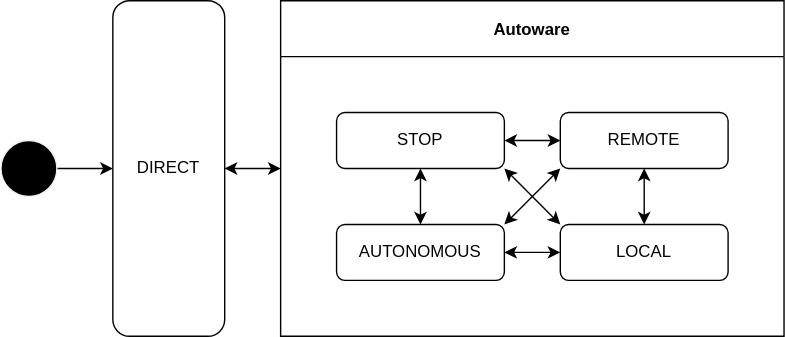
The draw.io diagram pr-7/design/autoware-interfaces/ad-api/features/operation-mode.drawio.svg in tier4/autoware-documentation, before a commit. Source tidied: cells renumbered, new cells last; positions are measured from the earlier drawing's top-left corner, leaving out a move shared by most shapes. Source of this version:
```xml
<mxGraphModel>
  <root>
    <mxCell id="0" />
    <mxCell id="1" parent="0" />
    <mxCell id="2" style="edgeStyle=orthogonalEdgeStyle;rounded=0;jettySize=auto;html=1;" parent="1" edge="1" source="3" target="5">
      <mxGeometry relative="1" as="geometry" />
    </mxCell>
    <mxCell id="3" style="shape=ellipse;html=1;fillColor=#000000;fontSize=18;fontColor=#ffffff;strokeColor=#F0F0F0;" parent="1" vertex="1">
      <mxGeometry y="100" width="40" height="40" as="geometry" />
    </mxCell>
    <mxCell id="4" style="edgeStyle=none;html=1;entryX=0;entryY=0.5;entryDx=0;entryDy=0;startArrow=classic;startFill=1;" parent="1" edge="1" source="5" target="12">
      <mxGeometry relative="1" as="geometry" />
    </mxCell>
    <mxCell id="5" value="DIRECT" style="rounded=1;whiteSpace=wrap;html=1;" parent="1" vertex="1">
      <mxGeometry x="80" width="80" height="240" as="geometry" />
    </mxCell>
    <mxCell id="6" style="edgeStyle=none;html=1;entryX=1;entryY=0;entryDx=0;entryDy=0;startArrow=classic;startFill=1;exitX=0;exitY=1;exitDx=0;exitDy=0;" parent="1" edge="1" source="7" target="14">
      <mxGeometry relative="1" as="geometry" />
    </mxCell>
    <mxCell id="7" value="&lt;span&gt;REMOTE&lt;/span&gt;" style="rounded=1;whiteSpace=wrap;html=1;" parent="1" vertex="1">
      <mxGeometry x="400" y="80" width="120" height="40" as="geometry" />
    </mxCell>
    <mxCell id="8" style="edgeStyle=none;html=1;startArrow=classic;startFill=1;" parent="1" edge="1" source="11" target="7">
      <mxGeometry relative="1" as="geometry" />
    </mxCell>
    <mxCell id="9" style="edgeStyle=none;html=1;startArrow=classic;startFill=1;" parent="1" edge="1" source="11" target="14">
      <mxGeometry relative="1" as="geometry" />
    </mxCell>
    <mxCell id="10" style="edgeStyle=none;html=1;entryX=0;entryY=0;entryDx=0;entryDy=0;startArrow=classic;startFill=1;exitX=1;exitY=1;exitDx=0;exitDy=0;" parent="1" edge="1" source="11" target="15">
      <mxGeometry relative="1" as="geometry" />
    </mxCell>
    <mxCell id="11" value="&lt;span&gt;STOP&lt;/span&gt;" style="rounded=1;whiteSpace=wrap;html=1;" parent="1" vertex="1">
      <mxGeometry x="240" y="80" width="120" height="40" as="geometry" />
    </mxCell>
    <mxCell id="12" value="Autoware" style="swimlane;startSize=40;" parent="1" vertex="1">
      <mxGeometry x="200" width="360" height="240" as="geometry" />
    </mxCell>
    <mxCell id="13" style="edgeStyle=none;html=1;startArrow=classic;startFill=1;" parent="12" edge="1" source="14" target="15">
      <mxGeometry relative="1" as="geometry" />
    </mxCell>
    <mxCell id="14" value="AUTONOMOUS" style="rounded=1;whiteSpace=wrap;html=1;" parent="12" vertex="1">
      <mxGeometry x="40" y="160" width="120" height="40" as="geometry" />
    </mxCell>
    <mxCell id="15" value="&lt;span&gt;LOCAL&lt;/span&gt;" style="rounded=1;whiteSpace=wrap;html=1;" parent="12" vertex="1">
      <mxGeometry x="200" y="160" width="120" height="40" as="geometry" />
    </mxCell>
    <mxCell id="16" style="edgeStyle=none;html=1;entryX=0.5;entryY=1;entryDx=0;entryDy=0;startArrow=classic;startFill=1;" parent="1" edge="1" source="15" target="7">
      <mxGeometry relative="1" as="geometry" />
    </mxCell>
  </root>
</mxGraphModel>
```
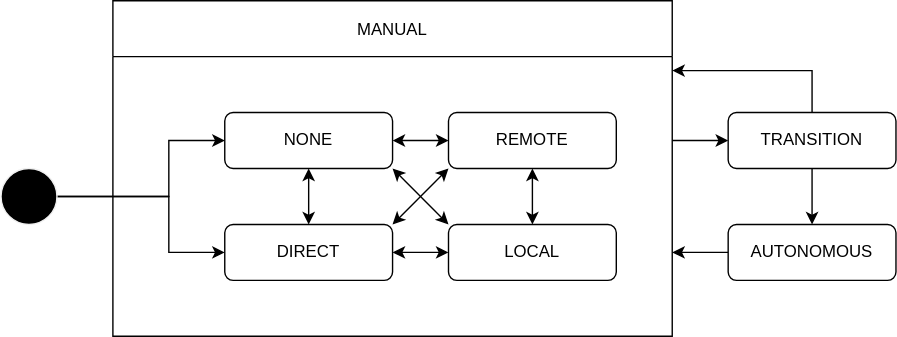
After the change.

The edit, as a diff of the source:
```diff
@@ -2,50 +2,92 @@
   <root>
     <mxCell id="0" />
     <mxCell id="1" parent="0" />
-    <mxCell id="2" style="edgeStyle=orthogonalEdgeStyle;rounded=0;jettySize=auto;html=1;" parent="1" edge="1" source="3" target="5">
-      <mxGeometry relative="1" as="geometry" />
+    <mxCell id="2" style="edgeStyle=orthogonalEdgeStyle;rounded=0;jettySize=auto;html=1;entryX=0;entryY=0.5;entryDx=0;entryDy=0;" parent="1" edge="1" source="3" target="22">
+      <mxGeometry relative="1" as="geometry">
+        <Array as="points">
+          <mxPoint x="200" y="140" />
+          <mxPoint x="200" y="100" />
+        </Array>
+      </mxGeometry>
     </mxCell>
+    <mxCell id="17" style="edgeStyle=orthogonalEdgeStyle;html=1;entryX=0;entryY=0.5;entryDx=0;entryDy=0;rounded=0;" parent="1" edge="1" source="3" target="5">
+      <mxGeometry relative="1" as="geometry">
+        <Array as="points">
+          <mxPoint x="200" y="140" />
+          <mxPoint x="200" y="180" />
+        </Array>
+      </mxGeometry>
+    </mxCell>
     <mxCell id="3" style="shape=ellipse;html=1;fillColor=#000000;fontSize=18;fontColor=#ffffff;strokeColor=#F0F0F0;" parent="1" vertex="1">
-      <mxGeometry y="100" width="40" height="40" as="geometry" />
+      <mxGeometry x="80" y="120" width="40" height="40" as="geometry" />
     </mxCell>
-    <mxCell id="4" style="edgeStyle=none;html=1;entryX=0;entryY=0.5;entryDx=0;entryDy=0;startArrow=classic;startFill=1;" parent="1" edge="1" source="5" target="12">
-      <mxGeometry relative="1" as="geometry" />
-    </mxCell>
-    <mxCell id="5" value="DIRECT" style="rounded=1;whiteSpace=wrap;html=1;" parent="1" vertex="1">
-      <mxGeometry x="80" width="80" height="240" as="geometry" />
-    </mxCell>
-    <mxCell id="6" style="edgeStyle=none;html=1;entryX=1;entryY=0;entryDx=0;entryDy=0;startArrow=classic;startFill=1;exitX=0;exitY=1;exitDx=0;exitDy=0;" parent="1" edge="1" source="7" target="14">
-      <mxGeometry relative="1" as="geometry" />
-    </mxCell>
+    <mxCell id="18" style="edgeStyle=none;html=1;entryX=1;entryY=0;entryDx=0;entryDy=0;startArrow=classic;startFill=1;exitX=0;exitY=1;exitDx=0;exitDy=0;" parent="1" edge="1" source="7">
+      <mxGeometry relative="1" as="geometry">
+        <mxPoint x="360" y="160" as="targetPoint" />
+      </mxGeometry>
+    </mxCell>
     <mxCell id="7" value="&lt;span&gt;REMOTE&lt;/span&gt;" style="rounded=1;whiteSpace=wrap;html=1;" parent="1" vertex="1">
       <mxGeometry x="400" y="80" width="120" height="40" as="geometry" />
     </mxCell>
-    <mxCell id="8" style="edgeStyle=none;html=1;startArrow=classic;startFill=1;" parent="1" edge="1" source="11" target="7">
-      <mxGeometry relative="1" as="geometry" />
-    </mxCell>
-    <mxCell id="9" style="edgeStyle=none;html=1;startArrow=classic;startFill=1;" parent="1" edge="1" source="11" target="14">
-      <mxGeometry relative="1" as="geometry" />
-    </mxCell>
-    <mxCell id="10" style="edgeStyle=none;html=1;entryX=0;entryY=0;entryDx=0;entryDy=0;startArrow=classic;startFill=1;exitX=1;exitY=1;exitDx=0;exitDy=0;" parent="1" edge="1" source="11" target="15">
-      <mxGeometry relative="1" as="geometry" />
-    </mxCell>
-    <mxCell id="11" value="&lt;span&gt;STOP&lt;/span&gt;" style="rounded=1;whiteSpace=wrap;html=1;" parent="1" vertex="1">
-      <mxGeometry x="240" y="80" width="120" height="40" as="geometry" />
-    </mxCell>
-    <mxCell id="12" value="Autoware" style="swimlane;startSize=40;" parent="1" vertex="1">
-      <mxGeometry x="200" width="360" height="240" as="geometry" />
-    </mxCell>
-    <mxCell id="13" style="edgeStyle=none;html=1;startArrow=classic;startFill=1;" parent="12" edge="1" source="14" target="15">
-      <mxGeometry relative="1" as="geometry" />
-    </mxCell>
-    <mxCell id="14" value="AUTONOMOUS" style="rounded=1;whiteSpace=wrap;html=1;" parent="12" vertex="1">
-      <mxGeometry x="40" y="160" width="120" height="40" as="geometry" />
-    </mxCell>
+    <mxCell id="19" style="edgeStyle=none;html=1;startArrow=classic;startFill=1;" parent="1" edge="1" source="22" target="7">
+      <mxGeometry relative="1" as="geometry" />
+    </mxCell>
+    <mxCell id="20" style="edgeStyle=none;html=1;startArrow=classic;startFill=1;" parent="1" edge="1" source="22">
+      <mxGeometry relative="1" as="geometry">
+        <mxPoint x="300" y="160" as="targetPoint" />
+      </mxGeometry>
+    </mxCell>
+    <mxCell id="21" style="edgeStyle=none;html=1;entryX=0;entryY=0;entryDx=0;entryDy=0;startArrow=classic;startFill=1;exitX=1;exitY=1;exitDx=0;exitDy=0;" parent="1" edge="1" source="22" target="15">
+      <mxGeometry relative="1" as="geometry" />
+    </mxCell>
+    <mxCell id="22" value="&lt;span&gt;NONE&lt;/span&gt;" style="rounded=1;whiteSpace=wrap;html=1;" parent="1" vertex="1">
+      <mxGeometry x="240" y="80" width="120" height="40" as="geometry" />
+    </mxCell>
+    <mxCell id="23" style="edgeStyle=none;html=1;startArrow=classic;startFill=1;" parent="1" edge="1" target="15">
+      <mxGeometry relative="1" as="geometry">
+        <mxPoint x="360" y="180" as="sourcePoint" />
+      </mxGeometry>
+    </mxCell>
-    <mxCell id="15" value="&lt;span&gt;LOCAL&lt;/span&gt;" style="rounded=1;whiteSpace=wrap;html=1;" parent="12" vertex="1">
-      <mxGeometry x="200" y="160" width="120" height="40" as="geometry" />
+    <mxCell id="15" value="&lt;span&gt;LOCAL&lt;/span&gt;" style="rounded=1;whiteSpace=wrap;html=1;" parent="1" vertex="1">
+      <mxGeometry x="400" y="160" width="120" height="40" as="geometry" />
     </mxCell>
     <mxCell id="16" style="edgeStyle=none;html=1;entryX=0.5;entryY=1;entryDx=0;entryDy=0;startArrow=classic;startFill=1;" parent="1" edge="1" source="15" target="7">
       <mxGeometry relative="1" as="geometry" />
     </mxCell>
+    <mxCell id="24" style="edgeStyle=orthogonalEdgeStyle;rounded=0;html=1;" parent="1" edge="1" source="26" target="14">
+      <mxGeometry relative="1" as="geometry" />
+    </mxCell>
+    <mxCell id="25" style="edgeStyle=orthogonalEdgeStyle;rounded=0;html=1;" parent="1" edge="1" source="26">
+      <mxGeometry relative="1" as="geometry">
+        <mxPoint x="560" y="50" as="targetPoint" />
+        <Array as="points">
+          <mxPoint x="660" y="50" />
+          <mxPoint x="560" y="50" />
+        </Array>
+      </mxGeometry>
+    </mxCell>
+    <mxCell id="26" value="TRANSITION" style="rounded=1;whiteSpace=wrap;html=1;" parent="1" vertex="1">
+      <mxGeometry x="600" y="80" width="120" height="40" as="geometry" />
+    </mxCell>
+    <mxCell id="27" style="edgeStyle=orthogonalEdgeStyle;rounded=0;html=1;entryX=1;entryY=0.75;entryDx=0;entryDy=0;" parent="1" edge="1" source="14" target="29">
+      <mxGeometry relative="1" as="geometry" />
+    </mxCell>
+    <mxCell id="14" value="AUTONOMOUS" style="rounded=1;whiteSpace=wrap;html=1;" parent="1" vertex="1">
+      <mxGeometry x="600" y="160" width="120" height="40" as="geometry" />
+    </mxCell>
+    <mxCell id="5" value="DIRECT" style="rounded=1;whiteSpace=wrap;html=1;" parent="1" vertex="1">
+      <mxGeometry x="240" y="160" width="120" height="40" as="geometry" />
+    </mxCell>
+    <mxCell id="28" style="edgeStyle=orthogonalEdgeStyle;rounded=0;html=1;" parent="1" edge="1" source="29" target="26">
+      <mxGeometry relative="1" as="geometry">
+        <Array as="points">
+          <mxPoint x="580" y="100" />
+          <mxPoint x="580" y="100" />
+        </Array>
+      </mxGeometry>
+    </mxCell>
+    <mxCell id="29" value="MANUAL" style="swimlane;startSize=40;fontStyle=0;" parent="1" vertex="1">
+      <mxGeometry x="160" width="400" height="240" as="geometry" />
+    </mxCell>
   </root>
 </mxGraphModel>
```
